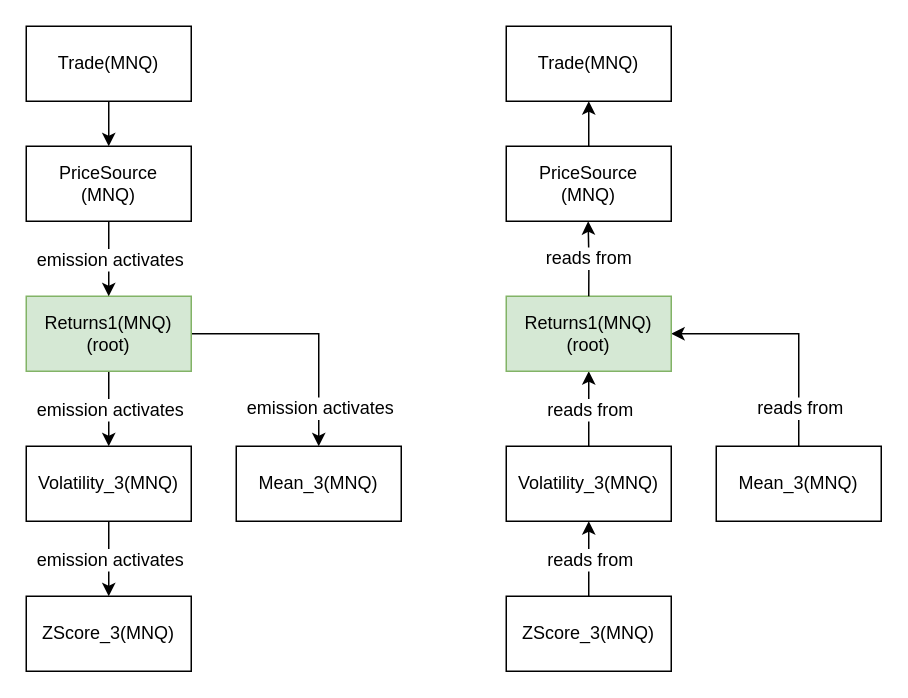
The draw.io diagram page "NonLinear" (4 of 5) of docs/02. Diagrams/Feature Model and Semantics.drawio in ManuelBayon/InvestIQ-v2, before the edit. Source tidied: cells renumbered, new cells numbered last; positions are measured from the earlier drawing's top-left corner, leaving out a move shared by most shapes. Both pictures are drawn from the tidied source at 150%, with x=0, y=0 at pixel (26, 26).
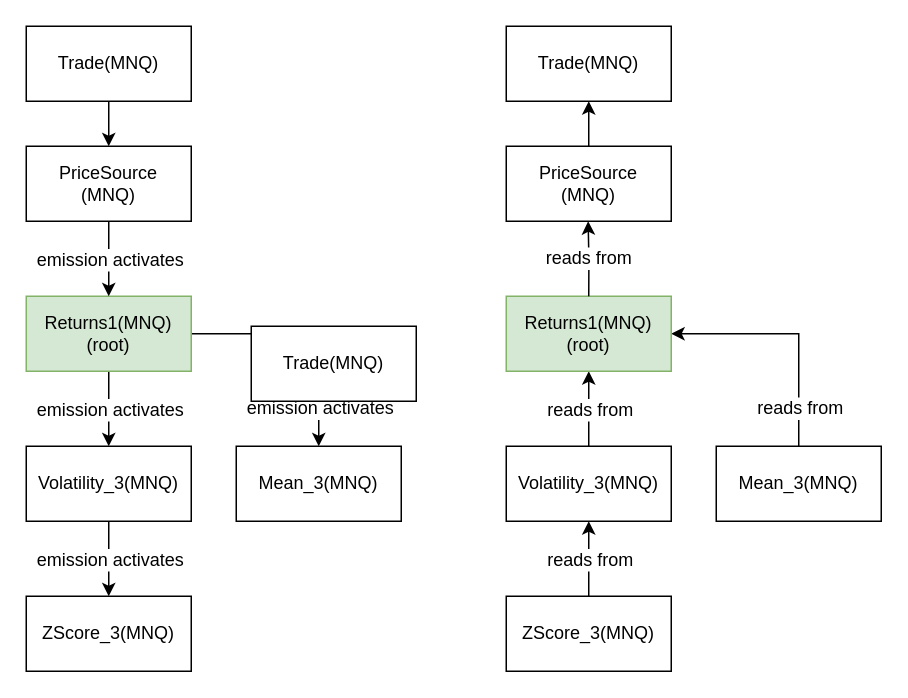
The same page after the edit.

Diff of the diagram source:
```diff
@@
+    <mxCell id="33" value="Trade(MNQ)" style="html=1;whiteSpace=wrap;" parent="1" vertex="1">
+      <mxGeometry x="150" y="200" width="110" height="50" as="geometry" />
+    </mxCell>
```
